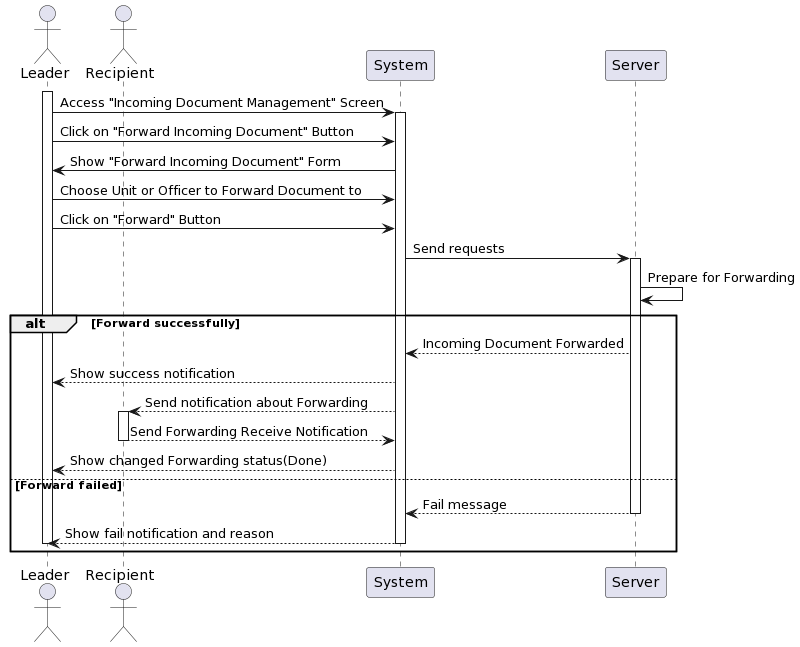
khoapham1003/SE357-Pratice-class keeps this PlantUML diagram as Lab1/Lab1.2/SequenceDiagram/IncomingDocument/ForwardIncomingDocument/ForwardIncomingDocument_SequenceDiagram.png. Above is the earlier version. Its diagram source:
```plantuml
@startuml
actor Leader as Leader
actor Recipient as User
participant System
participant Server

activate Leader
Leader -> System: Access "Incoming Document Management" Screen
activate System
Leader -> System: Click on "Forward Incoming Document" Button
System -> Leader: Show "Forward Incoming Document" Form
Leader -> System: Choose Unit or Officer to Forward Document to
Leader -> System: Click on "Forward" Button
System-> Server : Send requests
activate Server
Server -> Server: Prepare for Forwarding
alt Forward successfully
    Server --> System: Incoming Document Forwarded
    System --> Leader: Show success notification
    System --> User: Send notification about Forwarding
activate User
    User --> System: Send Forwarding Receive Notification
deactivate User
    System --> Leader: Show changed Forwarding status(Done)
else Forward failed
    Server --> System: Fail message
deactivate Server
    System --> Leader: Show fail notification and reason
deactivate Leader
deactivate System
end
@enduml
```
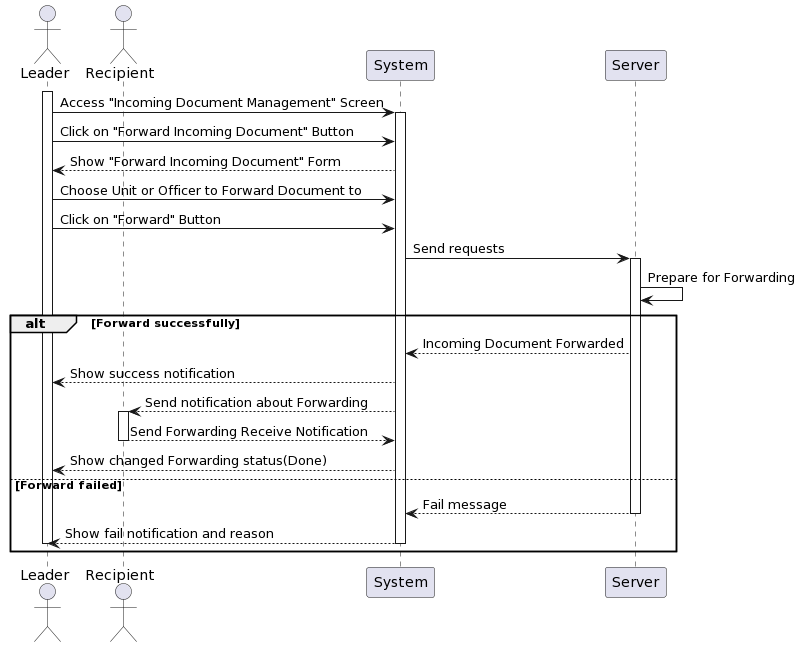
The same file after the commit.

Diff of the diagram source:
```diff
@@ -8,7 +8,7 @@
 Leader -> System: Access "Incoming Document Management" Screen
 activate System
 Leader -> System: Click on "Forward Incoming Document" Button
-System -> Leader: Show "Forward Incoming Document" Form
+System --> Leader: Show "Forward Incoming Document" Form
 Leader -> System: Choose Unit or Officer to Forward Document to
 Leader -> System: Click on "Forward" Button
 System-> Server : Send requests
```
